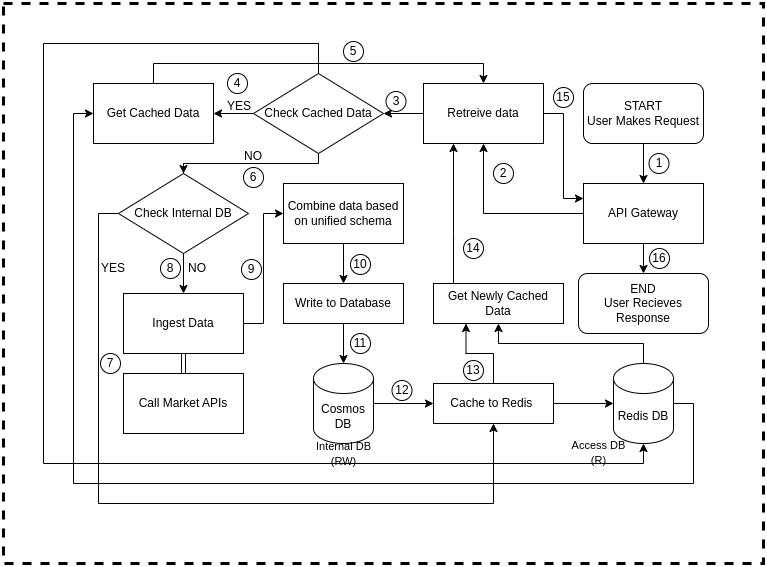
The draw.io diagram docs/NexoSphere_Aggregation_Flowchart.png in NexoSphere-Org/NexoSphere, before a commit. Source tidied: cells renumbered, new cells last; positions are measured from the earlier drawing's top-left corner, leaving out a move shared by most shapes. Its diagram source:
```xml
<mxGraphModel>
  <root>
    <mxCell id="0" />
    <mxCell id="1" parent="0" />
    <mxCell id="2" style="edgeStyle=orthogonalEdgeStyle;rounded=0;jettySize=auto;html=1;shape=link;" parent="1" edge="1" source="3" target="5">
      <mxGeometry relative="1" as="geometry" />
    </mxCell>
    <mxCell id="3" value="Call Market APIs" style="rounded=0;whiteSpace=wrap;html=1;" parent="1" vertex="1">
      <mxGeometry x="120" y="370" width="120" height="60" as="geometry" />
    </mxCell>
    <mxCell id="4" style="edgeStyle=orthogonalEdgeStyle;rounded=0;jettySize=auto;html=1;exitX=1;exitY=0.5;exitDx=0;exitDy=0;entryX=0;entryY=0.5;entryDx=0;entryDy=0;" parent="1" edge="1" source="5" target="6">
      <mxGeometry relative="1" as="geometry" />
    </mxCell>
    <mxCell id="5" value="Ingest Data" style="rounded=0;whiteSpace=wrap;html=1;" parent="1" vertex="1">
      <mxGeometry x="120" y="290" width="120" height="60" as="geometry" />
    </mxCell>
    <mxCell id="6" value="Combine data based on unified schema" style="rounded=0;whiteSpace=wrap;html=1;" parent="1" vertex="1">
      <mxGeometry x="280" y="180" width="120" height="60" as="geometry" />
    </mxCell>
    <mxCell id="7" style="edgeStyle=orthogonalEdgeStyle;rounded=0;jettySize=auto;html=1;" parent="1" edge="1" source="8" target="14">
      <mxGeometry relative="1" as="geometry" />
    </mxCell>
    <mxCell id="8" value="Cosmos DB" style="shape=cylinder3;whiteSpace=wrap;html=1;boundedLbl=1;backgroundOutline=1;size=15;" parent="1" vertex="1">
      <mxGeometry x="310" y="360" width="60" height="80" as="geometry" />
    </mxCell>
    <mxCell id="9" style="edgeStyle=orthogonalEdgeStyle;rounded=0;jettySize=auto;html=1;exitX=0.5;exitY=1;exitDx=0;exitDy=0;entryX=0.5;entryY=0;entryDx=0;entryDy=0;entryPerimeter=0;" parent="1" edge="1" source="11" target="8">
      <mxGeometry relative="1" as="geometry" />
    </mxCell>
    <mxCell id="10" style="edgeStyle=orthogonalEdgeStyle;rounded=0;jettySize=auto;html=1;exitX=0.5;exitY=1;exitDx=0;exitDy=0;entryX=0.5;entryY=0;entryDx=0;entryDy=0;entryPerimeter=0;" parent="1" edge="1" source="6" target="11">
      <mxGeometry relative="1" as="geometry" />
    </mxCell>
    <mxCell id="11" value="Write to Database" style="rounded=0;whiteSpace=wrap;html=1;" parent="1" vertex="1">
      <mxGeometry x="280" y="280" width="120" height="40" as="geometry" />
    </mxCell>
    <mxCell id="12" style="edgeStyle=orthogonalEdgeStyle;rounded=0;jettySize=auto;html=1;" parent="1" edge="1" source="14" target="18">
      <mxGeometry relative="1" as="geometry" />
    </mxCell>
    <mxCell id="13" style="edgeStyle=orthogonalEdgeStyle;rounded=0;jettySize=auto;html=1;exitX=0.5;exitY=0;exitDx=0;exitDy=0;entryX=0.25;entryY=1;entryDx=0;entryDy=0;" parent="1" edge="1" source="14" target="21">
      <mxGeometry relative="1" as="geometry" />
    </mxCell>
    <mxCell id="14" value="Cache to Redis&amp;nbsp;" style="rounded=0;whiteSpace=wrap;html=1;" parent="1" vertex="1">
      <mxGeometry x="430" y="380" width="120" height="40" as="geometry" />
    </mxCell>
    <mxCell id="15" value="&lt;font style=&quot;font-size: 11px;&quot;&gt;Internal DB (RW)&lt;/font&gt;" style="text;html=1;align=center;verticalAlign=middle;whiteSpace=wrap;rounded=0;" parent="1" vertex="1">
      <mxGeometry x="297.5" y="435" width="85" height="30" as="geometry" />
    </mxCell>
    <mxCell id="16" style="edgeStyle=orthogonalEdgeStyle;rounded=0;jettySize=auto;html=1;exitX=1;exitY=0.5;exitDx=0;exitDy=0;exitPerimeter=0;entryX=0;entryY=0.5;entryDx=0;entryDy=0;" parent="1" edge="1" source="18" target="36">
      <mxGeometry relative="1" as="geometry">
        <Array as="points">
          <mxPoint x="690" y="400" />
          <mxPoint x="690" y="480" />
          <mxPoint x="70" y="480" />
          <mxPoint x="70" y="110" />
        </Array>
      </mxGeometry>
    </mxCell>
    <mxCell id="17" style="edgeStyle=orthogonalEdgeStyle;rounded=0;jettySize=auto;html=1;exitX=0.5;exitY=0;exitDx=0;exitDy=0;exitPerimeter=0;entryX=0.5;entryY=1;entryDx=0;entryDy=0;" parent="1" edge="1" source="18" target="21">
      <mxGeometry relative="1" as="geometry" />
    </mxCell>
    <mxCell id="18" value="Redis DB" style="shape=cylinder3;whiteSpace=wrap;html=1;boundedLbl=1;backgroundOutline=1;size=15;" parent="1" vertex="1">
      <mxGeometry x="610" y="360" width="60" height="80" as="geometry" />
    </mxCell>
    <mxCell id="19" value="&lt;font style=&quot;font-size: 11px;&quot;&gt;Access DB (R)&lt;/font&gt;" style="text;html=1;align=center;verticalAlign=middle;whiteSpace=wrap;rounded=0;" parent="1" vertex="1">
      <mxGeometry x="560" y="434" width="71" height="30" as="geometry" />
    </mxCell>
    <mxCell id="20" style="edgeStyle=orthogonalEdgeStyle;rounded=0;jettySize=auto;html=1;entryX=0.25;entryY=1;entryDx=0;entryDy=0;" parent="1" edge="1" source="21" target="30">
      <mxGeometry relative="1" as="geometry">
        <Array as="points">
          <mxPoint x="450" y="230" />
          <mxPoint x="450" y="230" />
        </Array>
      </mxGeometry>
    </mxCell>
    <mxCell id="21" value="Get Newly Cached Data" style="rounded=0;whiteSpace=wrap;html=1;" parent="1" vertex="1">
      <mxGeometry x="430" y="280" width="130" height="40" as="geometry" />
    </mxCell>
    <mxCell id="22" style="edgeStyle=orthogonalEdgeStyle;rounded=0;jettySize=auto;html=1;" parent="1" edge="1" source="24" target="30">
      <mxGeometry relative="1" as="geometry" />
    </mxCell>
    <mxCell id="23" style="edgeStyle=orthogonalEdgeStyle;rounded=0;jettySize=auto;html=1;" parent="1" edge="1" source="24" target="39">
      <mxGeometry relative="1" as="geometry" />
    </mxCell>
    <mxCell id="24" value="API Gateway" style="rounded=0;whiteSpace=wrap;html=1;" parent="1" vertex="1">
      <mxGeometry x="580" y="180" width="120" height="60" as="geometry" />
    </mxCell>
    <mxCell id="25" style="edgeStyle=orthogonalEdgeStyle;rounded=0;jettySize=auto;html=1;" parent="1" edge="1" source="26" target="24">
      <mxGeometry relative="1" as="geometry" />
    </mxCell>
    <mxCell id="26" value="START&lt;br&gt;User Makes Request" style="rounded=1;whiteSpace=wrap;html=1;" parent="1" vertex="1">
      <mxGeometry x="580" y="80" width="120" height="60" as="geometry" />
    </mxCell>
    <mxCell id="27" value="1" style="ellipse;whiteSpace=wrap;html=1;" parent="1" vertex="1">
      <mxGeometry x="645.5" y="150" width="20" height="20" as="geometry" />
    </mxCell>
    <mxCell id="28" style="edgeStyle=orthogonalEdgeStyle;rounded=0;jettySize=auto;html=1;" parent="1" edge="1" source="30" target="34">
      <mxGeometry relative="1" as="geometry" />
    </mxCell>
    <mxCell id="29" style="edgeStyle=orthogonalEdgeStyle;rounded=0;jettySize=auto;html=1;exitX=1;exitY=0.5;exitDx=0;exitDy=0;entryX=0;entryY=0.25;entryDx=0;entryDy=0;" parent="1" edge="1" source="30" target="24">
      <mxGeometry relative="1" as="geometry" />
    </mxCell>
    <mxCell id="30" value="Retreive data" style="whiteSpace=wrap;html=1;rounded=0;" parent="1" vertex="1">
      <mxGeometry x="420" y="80" width="120" height="60" as="geometry" />
    </mxCell>
    <mxCell id="31" value="2" style="ellipse;whiteSpace=wrap;html=1;" parent="1" vertex="1">
      <mxGeometry x="490" y="160" width="20" height="20" as="geometry" />
    </mxCell>
    <mxCell id="32" style="edgeStyle=orthogonalEdgeStyle;rounded=0;jettySize=auto;html=1;" parent="1" edge="1" source="34" target="36">
      <mxGeometry relative="1" as="geometry" />
    </mxCell>
    <mxCell id="33" style="edgeStyle=orthogonalEdgeStyle;rounded=0;jettySize=auto;html=1;exitX=0.5;exitY=1;exitDx=0;exitDy=0;entryX=0.5;entryY=0;entryDx=0;entryDy=0;" parent="1" edge="1" source="43" target="5">
      <mxGeometry relative="1" as="geometry">
        <Array as="points">
          <mxPoint x="180" y="160" />
        </Array>
      </mxGeometry>
    </mxCell>
    <mxCell id="34" value="Check Cached Data" style="rhombus;whiteSpace=wrap;html=1;rounded=0;" parent="1" vertex="1">
      <mxGeometry x="250" y="70" width="130" height="80" as="geometry" />
    </mxCell>
    <mxCell id="35" style="edgeStyle=orthogonalEdgeStyle;rounded=0;jettySize=auto;html=1;exitX=0.5;exitY=0;exitDx=0;exitDy=0;entryX=0.5;entryY=0;entryDx=0;entryDy=0;" parent="1" edge="1" source="36" target="30">
      <mxGeometry relative="1" as="geometry" />
    </mxCell>
    <mxCell id="36" value="Get Cached Data" style="whiteSpace=wrap;html=1;rounded=0;" parent="1" vertex="1">
      <mxGeometry x="90" y="80" width="120" height="60" as="geometry" />
    </mxCell>
    <mxCell id="37" value="YES" style="text;html=1;align=center;verticalAlign=middle;whiteSpace=wrap;rounded=0;" parent="1" vertex="1">
      <mxGeometry x="206" y="88" width="60" height="30" as="geometry" />
    </mxCell>
    <mxCell id="38" value="NO" style="text;html=1;align=center;verticalAlign=middle;whiteSpace=wrap;rounded=0;" parent="1" vertex="1">
      <mxGeometry x="220" y="138" width="60" height="30" as="geometry" />
    </mxCell>
    <mxCell id="39" value="END&lt;br&gt;User Recieves Response" style="rounded=1;whiteSpace=wrap;html=1;" parent="1" vertex="1">
      <mxGeometry x="575" y="270" width="130" height="60" as="geometry" />
    </mxCell>
    <mxCell id="40" style="edgeStyle=orthogonalEdgeStyle;rounded=0;jettySize=auto;html=1;exitX=0.5;exitY=0;exitDx=0;exitDy=0;entryX=0.5;entryY=1;entryDx=0;entryDy=0;entryPerimeter=0;" parent="1" edge="1" source="34" target="18">
      <mxGeometry relative="1" as="geometry">
        <Array as="points">
          <mxPoint x="315" y="40" />
          <mxPoint x="40" y="40" />
          <mxPoint x="40" y="460" />
          <mxPoint x="640" y="460" />
        </Array>
      </mxGeometry>
    </mxCell>
    <mxCell id="41" style="edgeStyle=orthogonalEdgeStyle;rounded=0;jettySize=auto;html=1;exitX=0.5;exitY=1;exitDx=0;exitDy=0;entryX=0.5;entryY=0;entryDx=0;entryDy=0;" parent="1" edge="1" source="34" target="43">
      <mxGeometry relative="1" as="geometry">
        <Array as="points">
          <mxPoint x="315" y="160" />
        </Array>
      </mxGeometry>
    </mxCell>
    <mxCell id="42" style="edgeStyle=orthogonalEdgeStyle;rounded=0;jettySize=auto;html=1;exitX=0;exitY=0.5;exitDx=0;exitDy=0;entryX=0.5;entryY=1;entryDx=0;entryDy=0;" parent="1" edge="1" source="43" target="14">
      <mxGeometry relative="1" as="geometry">
        <Array as="points">
          <mxPoint x="95" y="210" />
          <mxPoint x="95" y="500" />
          <mxPoint x="490" y="500" />
        </Array>
      </mxGeometry>
    </mxCell>
    <mxCell id="43" value="Check Internal DB" style="rhombus;whiteSpace=wrap;html=1;rounded=0;" parent="1" vertex="1">
      <mxGeometry x="115" y="170" width="130" height="80" as="geometry" />
    </mxCell>
    <mxCell id="44" value="NO" style="text;html=1;align=center;verticalAlign=middle;whiteSpace=wrap;rounded=0;" parent="1" vertex="1">
      <mxGeometry x="164" y="250" width="60" height="30" as="geometry" />
    </mxCell>
    <mxCell id="45" value="YES" style="text;html=1;align=center;verticalAlign=middle;whiteSpace=wrap;rounded=0;" parent="1" vertex="1">
      <mxGeometry x="80" y="250" width="60" height="30" as="geometry" />
    </mxCell>
    <mxCell id="46" value="3" style="ellipse;whiteSpace=wrap;html=1;" parent="1" vertex="1">
      <mxGeometry x="382.5" y="88" width="20" height="20" as="geometry" />
    </mxCell>
    <mxCell id="47" value="4" style="ellipse;whiteSpace=wrap;html=1;" parent="1" vertex="1">
      <mxGeometry x="224" y="70" width="20" height="20" as="geometry" />
    </mxCell>
    <mxCell id="48" value="5" style="ellipse;whiteSpace=wrap;html=1;" parent="1" vertex="1">
      <mxGeometry x="340" y="38" width="20" height="20" as="geometry" />
    </mxCell>
    <mxCell id="49" value="6" style="ellipse;whiteSpace=wrap;html=1;" parent="1" vertex="1">
      <mxGeometry x="240" y="164" width="20" height="20" as="geometry" />
    </mxCell>
    <mxCell id="50" value="7" style="ellipse;whiteSpace=wrap;html=1;" parent="1" vertex="1">
      <mxGeometry x="97" y="350" width="20" height="20" as="geometry" />
    </mxCell>
    <mxCell id="51" value="8" style="ellipse;whiteSpace=wrap;html=1;" parent="1" vertex="1">
      <mxGeometry x="157" y="255" width="20" height="20" as="geometry" />
    </mxCell>
    <mxCell id="52" value="9" style="ellipse;whiteSpace=wrap;html=1;" parent="1" vertex="1">
      <mxGeometry x="238" y="256" width="20" height="20" as="geometry" />
    </mxCell>
    <mxCell id="53" value="10" style="ellipse;whiteSpace=wrap;html=1;" parent="1" vertex="1">
      <mxGeometry x="347" y="251" width="20" height="20" as="geometry" />
    </mxCell>
    <mxCell id="54" value="11" style="ellipse;whiteSpace=wrap;html=1;" parent="1" vertex="1">
      <mxGeometry x="347" y="330" width="20" height="20" as="geometry" />
    </mxCell>
    <mxCell id="55" value="12" style="ellipse;whiteSpace=wrap;html=1;" parent="1" vertex="1">
      <mxGeometry x="388.5" y="377" width="20" height="20" as="geometry" />
    </mxCell>
    <mxCell id="56" value="13" style="ellipse;whiteSpace=wrap;html=1;" parent="1" vertex="1">
      <mxGeometry x="460" y="357" width="20" height="20" as="geometry" />
    </mxCell>
    <mxCell id="57" value="14" style="ellipse;whiteSpace=wrap;html=1;" parent="1" vertex="1">
      <mxGeometry x="460" y="235" width="20" height="20" as="geometry" />
    </mxCell>
    <mxCell id="58" value="15" style="ellipse;whiteSpace=wrap;html=1;" parent="1" vertex="1">
      <mxGeometry x="550" y="84" width="20" height="20" as="geometry" />
    </mxCell>
    <mxCell id="59" value="16" style="ellipse;whiteSpace=wrap;html=1;" parent="1" vertex="1">
      <mxGeometry x="646" y="245" width="20" height="20" as="geometry" />
    </mxCell>
    <mxCell id="60" style="rounded=0;whiteSpace=wrap;html=1;fillColor=none;strokeWidth=3;dashed=1;" parent="1" vertex="1">
      <mxGeometry width="760" height="560" as="geometry" />
    </mxCell>
  </root>
</mxGraphModel>
```
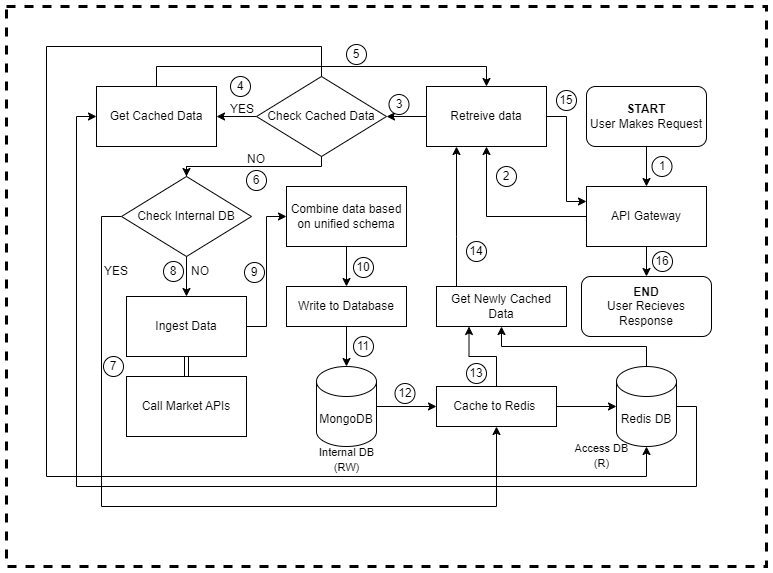
Later version of the same file.

Commit message:
update aggregation flowchart

Change to the diagram source:
```diff
@@ -2,6 +2,9 @@
   <root>
     <mxCell id="0" />
     <mxCell id="1" parent="0" />
+    <mxCell id="60" style="rounded=0;whiteSpace=wrap;html=1;fillColor=none;strokeWidth=3;dashed=1;" parent="1" vertex="1">
+      <mxGeometry width="760" height="560" as="geometry" />
+    </mxCell>
     <mxCell id="2" style="edgeStyle=orthogonalEdgeStyle;rounded=0;jettySize=auto;html=1;shape=link;" parent="1" edge="1" source="3" target="5">
       <mxGeometry relative="1" as="geometry" />
     </mxCell>
@@ -20,7 +23,7 @@
     <mxCell id="7" style="edgeStyle=orthogonalEdgeStyle;rounded=0;jettySize=auto;html=1;" parent="1" edge="1" source="8" target="14">
       <mxGeometry relative="1" as="geometry" />
     </mxCell>
-    <mxCell id="8" value="Cosmos DB" style="shape=cylinder3;whiteSpace=wrap;html=1;boundedLbl=1;backgroundOutline=1;size=15;" parent="1" vertex="1">
+    <mxCell id="8" value="MongoDB" style="shape=cylinder3;whiteSpace=wrap;html=1;boundedLbl=1;backgroundOutline=1;size=15;" parent="1" vertex="1">
       <mxGeometry x="310" y="360" width="60" height="80" as="geometry" />
     </mxCell>
     <mxCell id="9" style="edgeStyle=orthogonalEdgeStyle;rounded=0;jettySize=auto;html=1;exitX=0.5;exitY=1;exitDx=0;exitDy=0;entryX=0.5;entryY=0;entryDx=0;entryDy=0;entryPerimeter=0;" parent="1" edge="1" source="11" target="8">
@@ -42,7 +45,7 @@
       <mxGeometry x="430" y="380" width="120" height="40" as="geometry" />
     </mxCell>
     <mxCell id="15" value="&lt;font style=&quot;font-size: 11px;&quot;&gt;Internal DB (RW)&lt;/font&gt;" style="text;html=1;align=center;verticalAlign=middle;whiteSpace=wrap;rounded=0;" parent="1" vertex="1">
-      <mxGeometry x="297.5" y="435" width="85" height="30" as="geometry" />
+      <mxGeometry x="297.5" y="438" width="85" height="30" as="geometry" />
     </mxCell>
     <mxCell id="16" style="edgeStyle=orthogonalEdgeStyle;rounded=0;jettySize=auto;html=1;exitX=1;exitY=0.5;exitDx=0;exitDy=0;exitPerimeter=0;entryX=0;entryY=0.5;entryDx=0;entryDy=0;" parent="1" edge="1" source="18" target="36">
       <mxGeometry relative="1" as="geometry">
@@ -86,7 +89,7 @@
     <mxCell id="25" style="edgeStyle=orthogonalEdgeStyle;rounded=0;jettySize=auto;html=1;" parent="1" edge="1" source="26" target="24">
       <mxGeometry relative="1" as="geometry" />
     </mxCell>
-    <mxCell id="26" value="START&lt;br&gt;User Makes Request" style="rounded=1;whiteSpace=wrap;html=1;" parent="1" vertex="1">
+    <mxCell id="26" value="&lt;b&gt;START&lt;/b&gt;&lt;br&gt;User Makes Request" style="rounded=1;whiteSpace=wrap;html=1;" parent="1" vertex="1">
       <mxGeometry x="580" y="80" width="120" height="60" as="geometry" />
     </mxCell>
     <mxCell id="27" value="1" style="ellipse;whiteSpace=wrap;html=1;" parent="1" vertex="1">
@@ -129,7 +132,7 @@
     <mxCell id="38" value="NO" style="text;html=1;align=center;verticalAlign=middle;whiteSpace=wrap;rounded=0;" parent="1" vertex="1">
       <mxGeometry x="220" y="138" width="60" height="30" as="geometry" />
     </mxCell>
-    <mxCell id="39" value="END&lt;br&gt;User Recieves Response" style="rounded=1;whiteSpace=wrap;html=1;" parent="1" vertex="1">
+    <mxCell id="39" value="&lt;b&gt;END&lt;/b&gt;&lt;br&gt;User Recieves Response" style="rounded=1;whiteSpace=wrap;html=1;" parent="1" vertex="1">
       <mxGeometry x="575" y="270" width="130" height="60" as="geometry" />
     </mxCell>
     <mxCell id="40" style="edgeStyle=orthogonalEdgeStyle;rounded=0;jettySize=auto;html=1;exitX=0.5;exitY=0;exitDx=0;exitDy=0;entryX=0.5;entryY=1;entryDx=0;entryDy=0;entryPerimeter=0;" parent="1" edge="1" source="34" target="18">
@@ -137,8 +140,8 @@
         <Array as="points">
           <mxPoint x="315" y="40" />
           <mxPoint x="40" y="40" />
-          <mxPoint x="40" y="460" />
-          <mxPoint x="640" y="460" />
+          <mxPoint x="40" y="470" />
+          <mxPoint x="640" y="470" />
         </Array>
       </mxGeometry>
     </mxCell>
@@ -209,8 +212,5 @@
     <mxCell id="59" value="16" style="ellipse;whiteSpace=wrap;html=1;" parent="1" vertex="1">
       <mxGeometry x="646" y="245" width="20" height="20" as="geometry" />
     </mxCell>
-    <mxCell id="60" style="rounded=0;whiteSpace=wrap;html=1;fillColor=none;strokeWidth=3;dashed=1;" parent="1" vertex="1">
-      <mxGeometry width="760" height="560" as="geometry" />
-    </mxCell>
   </root>
 </mxGraphModel>
```
